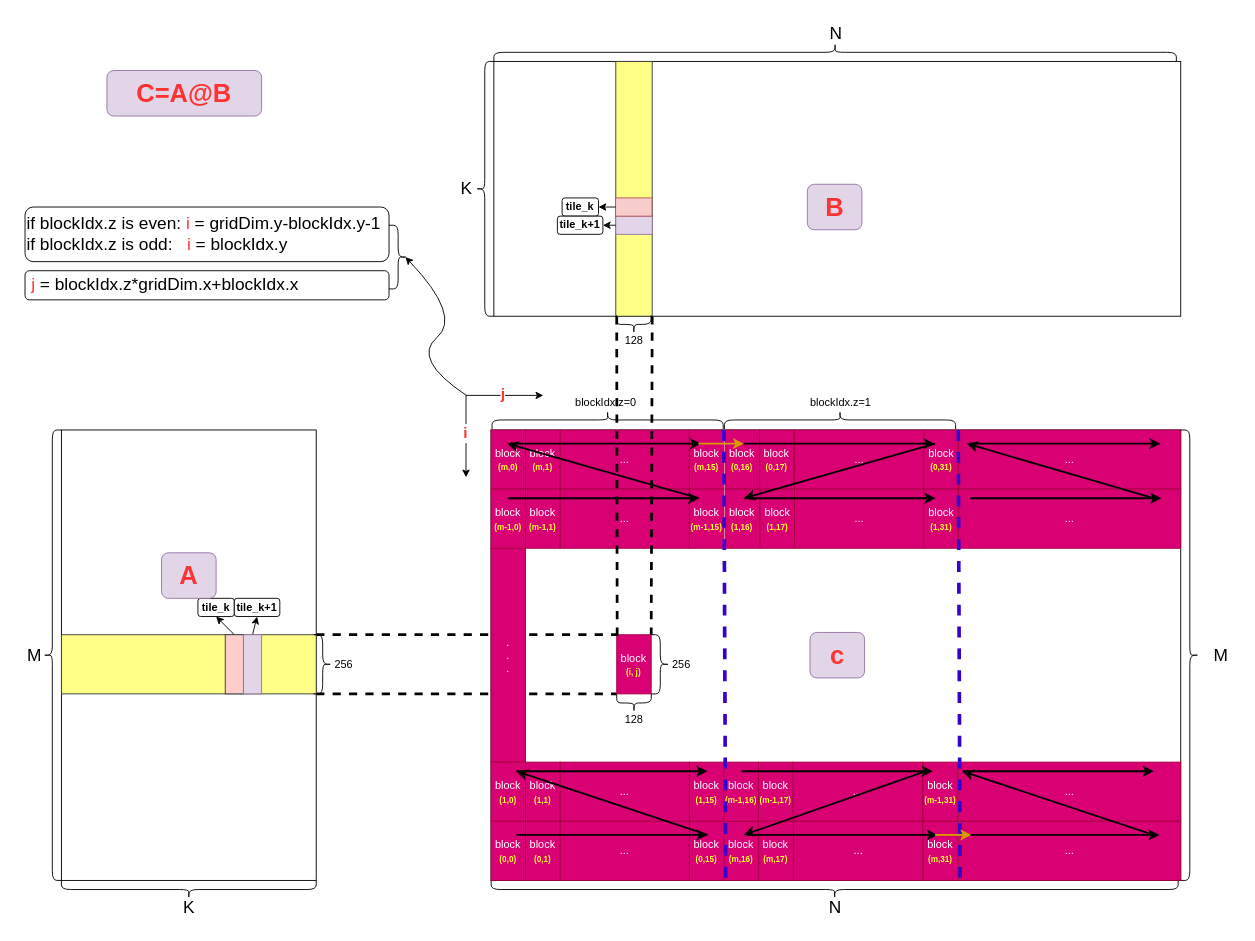
Before: mma/mma_base/imgs/block_layout.drawio in raymond1123/gemm-analysis, a draw.io diagram. Source tidied: cells renumbered, new cells numbered last; positions are measured from the earlier drawing's top-left corner, leaving out a move shared by most shapes. Both pictures are drawn from the tidied source at 91%, with x=0, y=0 at pixel (15, -289).
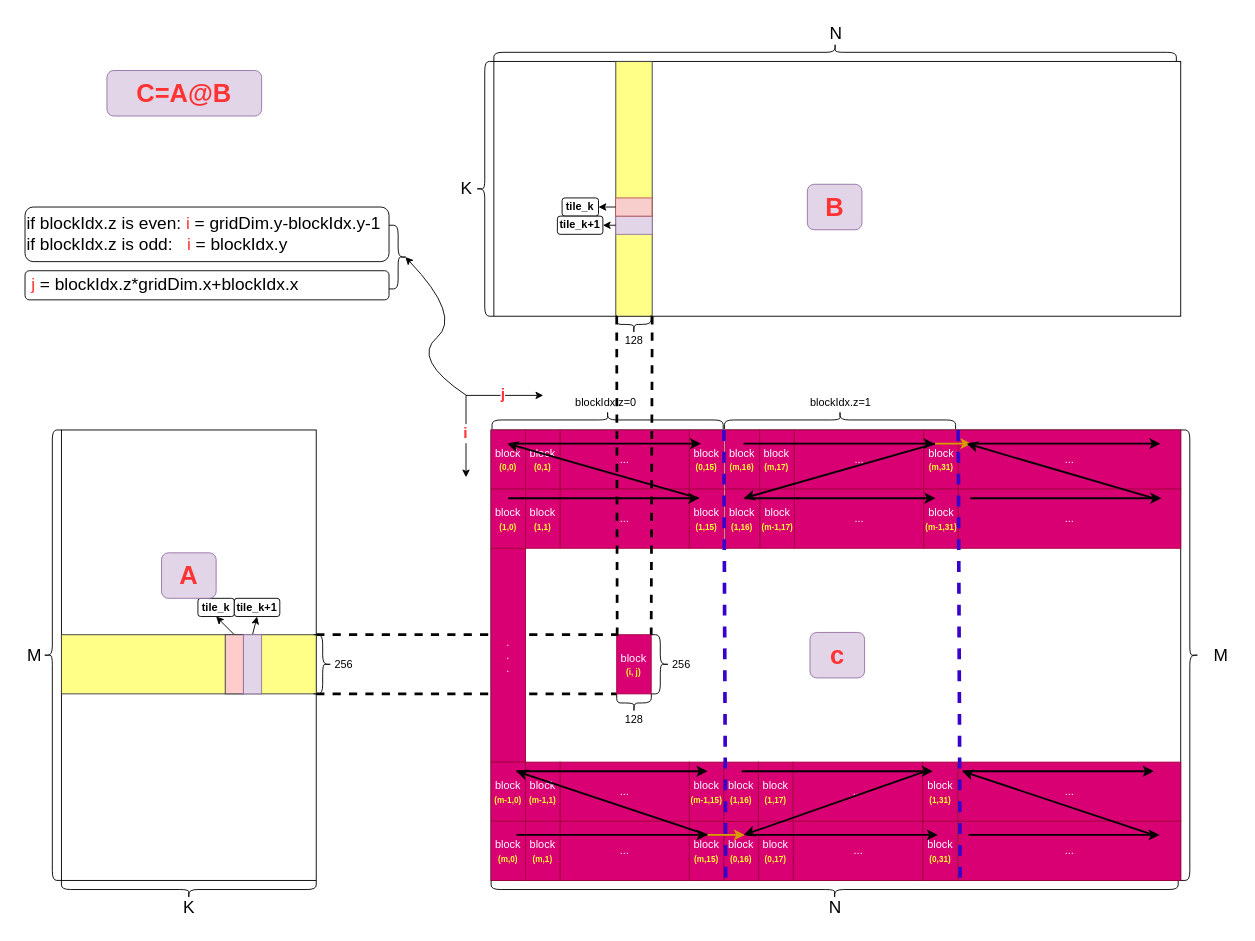
Above is the later version.

Commit message (it also covers changes not shown here):
modify block_layout and MMA_ptx; thanks for @炼丹抑郁患者 pointing out this mistake

The edit, as a diff of the source:
```diff
@@
-    <mxCell id="34" value="block&lt;div&gt;&lt;font color=&quot;#ffff33&quot; style=&quot;font-size: 9px;&quot;&gt;&lt;b&gt;(m,0)&lt;/b&gt;&lt;/font&gt;&lt;/div&gt;" style="rounded=0;whiteSpace=wrap;html=1;fillColor=#d80073;strokeColor=#A50040;fontColor=#ffffff;" parent="1" vertex="1">
+    <mxCell id="34" value="block&lt;div&gt;&lt;font color=&quot;#ffff33&quot; style=&quot;font-size: 9px;&quot;&gt;&lt;b&gt;(0,0)&lt;/b&gt;&lt;/font&gt;&lt;/div&gt;" style="rounded=0;whiteSpace=wrap;html=1;fillColor=#d80073;strokeColor=#A50040;fontColor=#ffffff;" parent="1" vertex="1">
       <mxGeometry x="522.1" y="790" width="37.9" height="65" as="geometry" />
     </mxCell>
@@
-    <mxCell id="45" value="block&lt;div&gt;&lt;font color=&quot;#ffff33&quot; style=&quot;font-size: 9px;&quot;&gt;&lt;b&gt;(m,1)&lt;/b&gt;&lt;/font&gt;&lt;/div&gt;" style="rounded=0;whiteSpace=wrap;html=1;fillColor=#d80073;strokeColor=#A50040;fontColor=#ffffff;" parent="1" vertex="1">
+    <mxCell id="45" value="block&lt;div&gt;&lt;font color=&quot;#ffff33&quot; style=&quot;font-size: 9px;&quot;&gt;&lt;b&gt;(0,1)&lt;/b&gt;&lt;/font&gt;&lt;/div&gt;" style="rounded=0;whiteSpace=wrap;html=1;fillColor=#d80073;strokeColor=#A50040;fontColor=#ffffff;" parent="1" vertex="1">
       <mxGeometry x="560" y="790" width="37.9" height="65" as="geometry" />
     </mxCell>
-    <mxCell id="46" value="block&lt;div&gt;&lt;font color=&quot;#ffff33&quot; style=&quot;font-size: 9px;&quot;&gt;&lt;b&gt;(m,15)&lt;/b&gt;&lt;/font&gt;&lt;/div&gt;" style="rounded=0;whiteSpace=wrap;html=1;fillColor=#d80073;strokeColor=#A50040;fontColor=#ffffff;" parent="1" vertex="1">
+    <mxCell id="46" value="block&lt;div&gt;&lt;font color=&quot;#ffff33&quot; style=&quot;font-size: 9px;&quot;&gt;&lt;b&gt;(&lt;/b&gt;&lt;/font&gt;&lt;b style=&quot;background-color: initial; color: rgb(255, 255, 51); font-size: 9px;&quot;&gt;0&lt;/b&gt;&lt;b style=&quot;font-size: 9px; color: rgb(255, 255, 51); background-color: initial;&quot;&gt;,15)&lt;/b&gt;&lt;/div&gt;" style="rounded=0;whiteSpace=wrap;html=1;fillColor=#d80073;strokeColor=#A50040;fontColor=#ffffff;" parent="1" vertex="1">
       <mxGeometry x="740" y="790" width="37.9" height="65" as="geometry" />
     </mxCell>
-    <mxCell id="47" value="block&lt;div&gt;&lt;font color=&quot;#ffff33&quot; style=&quot;font-size: 9px;&quot;&gt;&lt;b&gt;(m-1,0)&lt;/b&gt;&lt;/font&gt;&lt;/div&gt;" style="rounded=0;whiteSpace=wrap;html=1;fillColor=#d80073;strokeColor=#A50040;fontColor=#ffffff;" parent="1" vertex="1">
+    <mxCell id="47" value="block&lt;div&gt;&lt;font color=&quot;#ffff33&quot; style=&quot;font-size: 9px;&quot;&gt;&lt;b&gt;(1,0)&lt;/b&gt;&lt;/font&gt;&lt;/div&gt;" style="rounded=0;whiteSpace=wrap;html=1;fillColor=#d80073;strokeColor=#A50040;fontColor=#ffffff;" parent="1" vertex="1">
       <mxGeometry x="522.1" y="855" width="37.9" height="65" as="geometry" />
     </mxCell>
-    <mxCell id="48" value="block&lt;div&gt;&lt;font color=&quot;#ffff33&quot; style=&quot;font-size: 9px;&quot;&gt;&lt;b&gt;(m-1,1)&lt;/b&gt;&lt;/font&gt;&lt;/div&gt;" style="rounded=0;whiteSpace=wrap;html=1;fillColor=#d80073;strokeColor=#A50040;fontColor=#ffffff;" parent="1" vertex="1">
+    <mxCell id="48" value="block&lt;div&gt;&lt;font color=&quot;#ffff33&quot; style=&quot;font-size: 9px;&quot;&gt;&lt;b&gt;(1,1)&lt;/b&gt;&lt;/font&gt;&lt;/div&gt;" style="rounded=0;whiteSpace=wrap;html=1;fillColor=#d80073;strokeColor=#A50040;fontColor=#ffffff;" parent="1" vertex="1">
       <mxGeometry x="560" y="855" width="37.9" height="65" as="geometry" />
     </mxCell>
-    <mxCell id="49" value="block&lt;div&gt;&lt;font color=&quot;#ffff33&quot; style=&quot;font-size: 9px;&quot;&gt;&lt;b&gt;(m-1,15)&lt;/b&gt;&lt;/font&gt;&lt;/div&gt;" style="rounded=0;whiteSpace=wrap;html=1;fillColor=#d80073;strokeColor=#A50040;fontColor=#ffffff;" parent="1" vertex="1">
+    <mxCell id="49" value="block&lt;div&gt;&lt;font color=&quot;#ffff33&quot; style=&quot;font-size: 9px;&quot;&gt;&lt;b&gt;(1,15)&lt;/b&gt;&lt;/font&gt;&lt;/div&gt;" style="rounded=0;whiteSpace=wrap;html=1;fillColor=#d80073;strokeColor=#A50040;fontColor=#ffffff;" parent="1" vertex="1">
       <mxGeometry x="740" y="855" width="37.9" height="65" as="geometry" />
     </mxCell>
-    <mxCell id="50" value="block&lt;div&gt;&lt;font color=&quot;#ffff33&quot; style=&quot;font-size: 9px;&quot;&gt;&lt;b&gt;(1,0)&lt;/b&gt;&lt;/font&gt;&lt;/div&gt;" style="rounded=0;whiteSpace=wrap;html=1;fillColor=#d80073;strokeColor=#A50040;fontColor=#ffffff;" parent="1" vertex="1">
+    <mxCell id="50" value="block&lt;div&gt;&lt;font color=&quot;#ffff33&quot; style=&quot;font-size: 9px;&quot;&gt;&lt;b&gt;(m-1,0)&lt;/b&gt;&lt;/font&gt;&lt;/div&gt;" style="rounded=0;whiteSpace=wrap;html=1;fillColor=#d80073;strokeColor=#A50040;fontColor=#ffffff;" parent="1" vertex="1">
       <mxGeometry x="522.1" y="1155" width="37.9" height="65" as="geometry" />
     </mxCell>
-    <mxCell id="51" value="block&lt;div&gt;&lt;font color=&quot;#ffff33&quot; style=&quot;font-size: 9px;&quot;&gt;&lt;b&gt;(1,1)&lt;/b&gt;&lt;/font&gt;&lt;/div&gt;" style="rounded=0;whiteSpace=wrap;html=1;fillColor=#d80073;strokeColor=#A50040;fontColor=#ffffff;" parent="1" vertex="1">
+    <mxCell id="51" value="block&lt;div&gt;&lt;font color=&quot;#ffff33&quot; style=&quot;font-size: 9px;&quot;&gt;&lt;b&gt;(m-1,1)&lt;/b&gt;&lt;/font&gt;&lt;/div&gt;" style="rounded=0;whiteSpace=wrap;html=1;fillColor=#d80073;strokeColor=#A50040;fontColor=#ffffff;" parent="1" vertex="1">
       <mxGeometry x="560" y="1155" width="37.9" height="65" as="geometry" />
     </mxCell>
-    <mxCell id="52" value="block&lt;div&gt;&lt;font color=&quot;#ffff33&quot; style=&quot;font-size: 9px;&quot;&gt;&lt;b&gt;(0,0)&lt;/b&gt;&lt;/font&gt;&lt;/div&gt;" style="rounded=0;whiteSpace=wrap;html=1;fillColor=#d80073;strokeColor=#A50040;fontColor=#ffffff;" parent="1" vertex="1">
+    <mxCell id="52" value="block&lt;div&gt;&lt;font color=&quot;#ffff33&quot; style=&quot;font-size: 9px;&quot;&gt;&lt;b&gt;(m,0)&lt;/b&gt;&lt;/font&gt;&lt;/div&gt;" style="rounded=0;whiteSpace=wrap;html=1;fillColor=#d80073;strokeColor=#A50040;fontColor=#ffffff;" parent="1" vertex="1">
       <mxGeometry x="522.1" y="1220" width="37.9" height="65" as="geometry" />
     </mxCell>
-    <mxCell id="53" value="block&lt;div&gt;&lt;font color=&quot;#ffff33&quot; style=&quot;font-size: 9px;&quot;&gt;&lt;b&gt;(0,1)&lt;/b&gt;&lt;/font&gt;&lt;/div&gt;" style="rounded=0;whiteSpace=wrap;html=1;fillColor=#d80073;strokeColor=#A50040;fontColor=#ffffff;" parent="1" vertex="1">
+    <mxCell id="53" value="block&lt;div&gt;&lt;font color=&quot;#ffff33&quot; style=&quot;font-size: 9px;&quot;&gt;&lt;b&gt;(m,1)&lt;/b&gt;&lt;/font&gt;&lt;/div&gt;" style="rounded=0;whiteSpace=wrap;html=1;fillColor=#d80073;strokeColor=#A50040;fontColor=#ffffff;" parent="1" vertex="1">
       <mxGeometry x="560" y="1220" width="37.9" height="65" as="geometry" />
     </mxCell>
-    <mxCell id="54" value="block&lt;div&gt;&lt;font color=&quot;#ffff33&quot; style=&quot;font-size: 9px;&quot;&gt;&lt;b&gt;(1,15)&lt;/b&gt;&lt;/font&gt;&lt;/div&gt;" style="rounded=0;whiteSpace=wrap;html=1;fillColor=#d80073;strokeColor=#A50040;fontColor=#ffffff;" parent="1" vertex="1">
+    <mxCell id="54" value="block&lt;div&gt;&lt;font color=&quot;#ffff33&quot; style=&quot;font-size: 9px;&quot;&gt;&lt;b&gt;(m-1,15)&lt;/b&gt;&lt;/font&gt;&lt;/div&gt;" style="rounded=0;whiteSpace=wrap;html=1;fillColor=#d80073;strokeColor=#A50040;fontColor=#ffffff;" parent="1" vertex="1">
       <mxGeometry x="740" y="1155" width="37.9" height="65" as="geometry" />
     </mxCell>
-    <mxCell id="55" value="block&lt;div&gt;&lt;font color=&quot;#ffff33&quot; style=&quot;font-size: 9px;&quot;&gt;&lt;b&gt;(0,15)&lt;/b&gt;&lt;/font&gt;&lt;/div&gt;" style="rounded=0;whiteSpace=wrap;html=1;fillColor=#d80073;strokeColor=#A50040;fontColor=#ffffff;" parent="1" vertex="1">
+    <mxCell id="55" value="block&lt;div&gt;&lt;font color=&quot;#ffff33&quot; style=&quot;font-size: 9px;&quot;&gt;&lt;b&gt;(m,15)&lt;/b&gt;&lt;/font&gt;&lt;/div&gt;" style="rounded=0;whiteSpace=wrap;html=1;fillColor=#d80073;strokeColor=#A50040;fontColor=#ffffff;" parent="1" vertex="1">
       <mxGeometry x="740" y="1220" width="37.9" height="65" as="geometry" />
     </mxCell>
@@
-    <mxCell id="58" value="block&lt;div&gt;&lt;font color=&quot;#ffff33&quot; style=&quot;font-size: 9px;&quot;&gt;&lt;b&gt;(0,16)&lt;/b&gt;&lt;/font&gt;&lt;/div&gt;" style="rounded=0;whiteSpace=wrap;html=1;fillColor=#d80073;strokeColor=#A50040;fontColor=#ffffff;" parent="1" vertex="1">
+    <mxCell id="58" value="block&lt;div&gt;&lt;font color=&quot;#ffff33&quot; style=&quot;font-size: 9px;&quot;&gt;&lt;b&gt;(m,16)&lt;/b&gt;&lt;/font&gt;&lt;/div&gt;" style="rounded=0;whiteSpace=wrap;html=1;fillColor=#d80073;strokeColor=#A50040;fontColor=#ffffff;" parent="1" vertex="1">
       <mxGeometry x="779.4" y="790" width="37.9" height="65" as="geometry" />
     </mxCell>
-    <mxCell id="59" value="block&lt;div&gt;&lt;font color=&quot;#ffff33&quot; style=&quot;font-size: 9px;&quot;&gt;&lt;b&gt;(0,17)&lt;/b&gt;&lt;/font&gt;&lt;/div&gt;" style="rounded=0;whiteSpace=wrap;html=1;fillColor=#d80073;strokeColor=#A50040;fontColor=#ffffff;" parent="1" vertex="1">
+    <mxCell id="59" value="block&lt;div&gt;&lt;font color=&quot;#ffff33&quot; style=&quot;font-size: 9px;&quot;&gt;&lt;b&gt;(m,17)&lt;/b&gt;&lt;/font&gt;&lt;/div&gt;" style="rounded=0;whiteSpace=wrap;html=1;fillColor=#d80073;strokeColor=#A50040;fontColor=#ffffff;" parent="1" vertex="1">
       <mxGeometry x="817.3" y="790" width="37.9" height="65" as="geometry" />
     </mxCell>
-    <mxCell id="60" value="block&lt;div&gt;&lt;font color=&quot;#ffff33&quot; style=&quot;font-size: 9px;&quot;&gt;&lt;b&gt;(0,31)&lt;/b&gt;&lt;/font&gt;&lt;/div&gt;" style="rounded=0;whiteSpace=wrap;html=1;fillColor=#d80073;strokeColor=#A50040;fontColor=#ffffff;" parent="1" vertex="1">
+    <mxCell id="60" value="block&lt;div&gt;&lt;font color=&quot;#ffff33&quot; style=&quot;font-size: 9px;&quot;&gt;&lt;b&gt;(m,31)&lt;/b&gt;&lt;/font&gt;&lt;/div&gt;" style="rounded=0;whiteSpace=wrap;html=1;fillColor=#d80073;strokeColor=#A50040;fontColor=#ffffff;" parent="1" vertex="1">
       <mxGeometry x="997.7" y="790" width="37.9" height="65" as="geometry" />
     </mxCell>
@@
-    <mxCell id="66" value="block&lt;div&gt;&lt;font color=&quot;#ffff33&quot; style=&quot;font-size: 9px;&quot;&gt;&lt;b&gt;(1,17)&lt;/b&gt;&lt;/font&gt;&lt;/div&gt;" style="rounded=0;whiteSpace=wrap;html=1;fillColor=#d80073;strokeColor=#A50040;fontColor=#ffffff;" parent="1" vertex="1">
+    <mxCell id="66" value="block&lt;div&gt;&lt;font color=&quot;#ffff33&quot; style=&quot;font-size: 9px;&quot;&gt;&lt;b&gt;(m-1,17)&lt;/b&gt;&lt;/font&gt;&lt;/div&gt;" style="rounded=0;whiteSpace=wrap;html=1;fillColor=#d80073;strokeColor=#A50040;fontColor=#ffffff;" parent="1" vertex="1">
       <mxGeometry x="817.7" y="855" width="37.9" height="65" as="geometry" />
     </mxCell>
@@
-    <mxCell id="68" value="block&lt;div&gt;&lt;font color=&quot;#ffff33&quot; style=&quot;font-size: 9px;&quot;&gt;&lt;b&gt;(1,31)&lt;/b&gt;&lt;/font&gt;&lt;/div&gt;" style="rounded=0;whiteSpace=wrap;html=1;fillColor=#d80073;strokeColor=#A50040;fontColor=#ffffff;" parent="1" vertex="1">
+    <mxCell id="68" value="block&lt;div&gt;&lt;font color=&quot;#ffff33&quot; style=&quot;font-size: 9px;&quot;&gt;&lt;b&gt;(m-1,31)&lt;/b&gt;&lt;/font&gt;&lt;/div&gt;" style="rounded=0;whiteSpace=wrap;html=1;fillColor=#d80073;strokeColor=#A50040;fontColor=#ffffff;" parent="1" vertex="1">
       <mxGeometry x="997.7" y="855" width="37.9" height="65" as="geometry" />
     </mxCell>
-    <mxCell id="69" value="block&lt;div&gt;&lt;font color=&quot;#ffff33&quot; style=&quot;font-size: 9px;&quot;&gt;&lt;b&gt;(m,16)&lt;/b&gt;&lt;/font&gt;&lt;/div&gt;" style="rounded=0;whiteSpace=wrap;html=1;fillColor=#d80073;strokeColor=#A50040;fontColor=#ffffff;" parent="1" vertex="1">
+    <mxCell id="69" value="block&lt;div&gt;&lt;font color=&quot;#ffff33&quot; style=&quot;font-size: 9px;&quot;&gt;&lt;b&gt;(0,16)&lt;/b&gt;&lt;/font&gt;&lt;/div&gt;" style="rounded=0;whiteSpace=wrap;html=1;fillColor=#d80073;strokeColor=#A50040;fontColor=#ffffff;" parent="1" vertex="1">
       <mxGeometry x="778" y="1220" width="37.9" height="65" as="geometry" />
     </mxCell>
-    <mxCell id="70" value="block&lt;div&gt;&lt;font color=&quot;#ffff33&quot; style=&quot;font-size: 9px;&quot;&gt;&lt;b&gt;(m-1,16)&lt;/b&gt;&lt;/font&gt;&lt;/div&gt;" style="rounded=0;whiteSpace=wrap;html=1;fillColor=#d80073;strokeColor=#A50040;fontColor=#ffffff;" parent="1" vertex="1">
+    <mxCell id="70" value="block&lt;div&gt;&lt;font color=&quot;#ffff33&quot; style=&quot;font-size: 9px;&quot;&gt;&lt;b&gt;(1,16)&lt;/b&gt;&lt;/font&gt;&lt;/div&gt;" style="rounded=0;whiteSpace=wrap;html=1;fillColor=#d80073;strokeColor=#A50040;fontColor=#ffffff;" parent="1" vertex="1">
       <mxGeometry x="778" y="1155" width="37.9" height="65" as="geometry" />
     </mxCell>
-    <mxCell id="71" value="block&lt;div&gt;&lt;font color=&quot;#ffff33&quot; style=&quot;font-size: 9px;&quot;&gt;&lt;b&gt;(m-1,17)&lt;/b&gt;&lt;/font&gt;&lt;/div&gt;" style="rounded=0;whiteSpace=wrap;html=1;fillColor=#d80073;strokeColor=#A50040;fontColor=#ffffff;" parent="1" vertex="1">
+    <mxCell id="71" value="block&lt;div&gt;&lt;font color=&quot;#ffff33&quot; style=&quot;font-size: 9px;&quot;&gt;&lt;b&gt;(1,17)&lt;/b&gt;&lt;/font&gt;&lt;/div&gt;" style="rounded=0;whiteSpace=wrap;html=1;fillColor=#d80073;strokeColor=#A50040;fontColor=#ffffff;" parent="1" vertex="1">
       <mxGeometry x="815.9" y="1155" width="37.9" height="65" as="geometry" />
     </mxCell>
-    <mxCell id="72" value="block&lt;div&gt;&lt;font color=&quot;#ffff33&quot; style=&quot;font-size: 9px;&quot;&gt;&lt;b&gt;(m,17)&lt;/b&gt;&lt;/font&gt;&lt;/div&gt;" style="rounded=0;whiteSpace=wrap;html=1;fillColor=#d80073;strokeColor=#A50040;fontColor=#ffffff;" parent="1" vertex="1">
+    <mxCell id="72" value="block&lt;div&gt;&lt;font color=&quot;#ffff33&quot; style=&quot;font-size: 9px;&quot;&gt;&lt;b&gt;(0,17)&lt;/b&gt;&lt;/font&gt;&lt;/div&gt;" style="rounded=0;whiteSpace=wrap;html=1;fillColor=#d80073;strokeColor=#A50040;fontColor=#ffffff;" parent="1" vertex="1">
       <mxGeometry x="816.3" y="1220" width="37.9" height="65" as="geometry" />
     </mxCell>
@@
-    <mxCell id="75" value="block&lt;div&gt;&lt;font color=&quot;#ffff33&quot; style=&quot;font-size: 9px;&quot;&gt;&lt;b&gt;(m-1,31)&lt;/b&gt;&lt;/font&gt;&lt;/div&gt;" style="rounded=0;whiteSpace=wrap;html=1;fillColor=#d80073;strokeColor=#A50040;fontColor=#ffffff;" parent="1" vertex="1">
+    <mxCell id="75" value="block&lt;div&gt;&lt;font color=&quot;#ffff33&quot; style=&quot;font-size: 9px;&quot;&gt;&lt;b&gt;(1,31)&lt;/b&gt;&lt;/font&gt;&lt;/div&gt;" style="rounded=0;whiteSpace=wrap;html=1;fillColor=#d80073;strokeColor=#A50040;fontColor=#ffffff;" parent="1" vertex="1">
       <mxGeometry x="996.7" y="1155" width="37.9" height="65" as="geometry" />
     </mxCell>
-    <mxCell id="76" value="block&lt;div&gt;&lt;font color=&quot;#ffff33&quot; style=&quot;font-size: 9px;&quot;&gt;&lt;b&gt;(m,31)&lt;/b&gt;&lt;/font&gt;&lt;/div&gt;" style="rounded=0;whiteSpace=wrap;html=1;fillColor=#d80073;strokeColor=#A50040;fontColor=#ffffff;" parent="1" vertex="1">
+    <mxCell id="76" value="block&lt;div&gt;&lt;font color=&quot;#ffff33&quot; style=&quot;font-size: 9px;&quot;&gt;&lt;b&gt;(0,31)&lt;/b&gt;&lt;/font&gt;&lt;/div&gt;" style="rounded=0;whiteSpace=wrap;html=1;fillColor=#d80073;strokeColor=#A50040;fontColor=#ffffff;" parent="1" vertex="1">
       <mxGeometry x="996.7" y="1220" width="37.9" height="65" as="geometry" />
     </mxCell>
@@
     <mxCell id="98" style="endArrow=classic;html=1;rounded=0;strokeWidth=2;strokeColor=#d79b00;fillColor=#ffcd28;gradientColor=#ffa500;" parent="1" edge="1">
       <mxGeometry relative="1" as="geometry">
-        <mxPoint x="750" y="805" as="sourcePoint" />
-        <mxPoint x="800" y="805" as="targetPoint" />
+        <mxPoint x="760" y="1235" as="sourcePoint" />
+        <mxPoint x="801" y="1235" as="targetPoint" />
       </mxGeometry>
     </mxCell>
@@
     <mxCell id="102" style="endArrow=classic;html=1;rounded=0;strokeWidth=2;strokeColor=#d79b00;fillColor=#ffcd28;gradientColor=#ffa500;" parent="1" edge="1">
       <mxGeometry relative="1" as="geometry">
-        <mxPoint x="1010" y="1235" as="sourcePoint" />
-        <mxPoint x="1050" y="1235" as="targetPoint" />
+        <mxPoint x="1010" y="805" as="sourcePoint" />
+        <mxPoint x="1050" y="805" as="targetPoint" />
       </mxGeometry>
     </mxCell>
```
